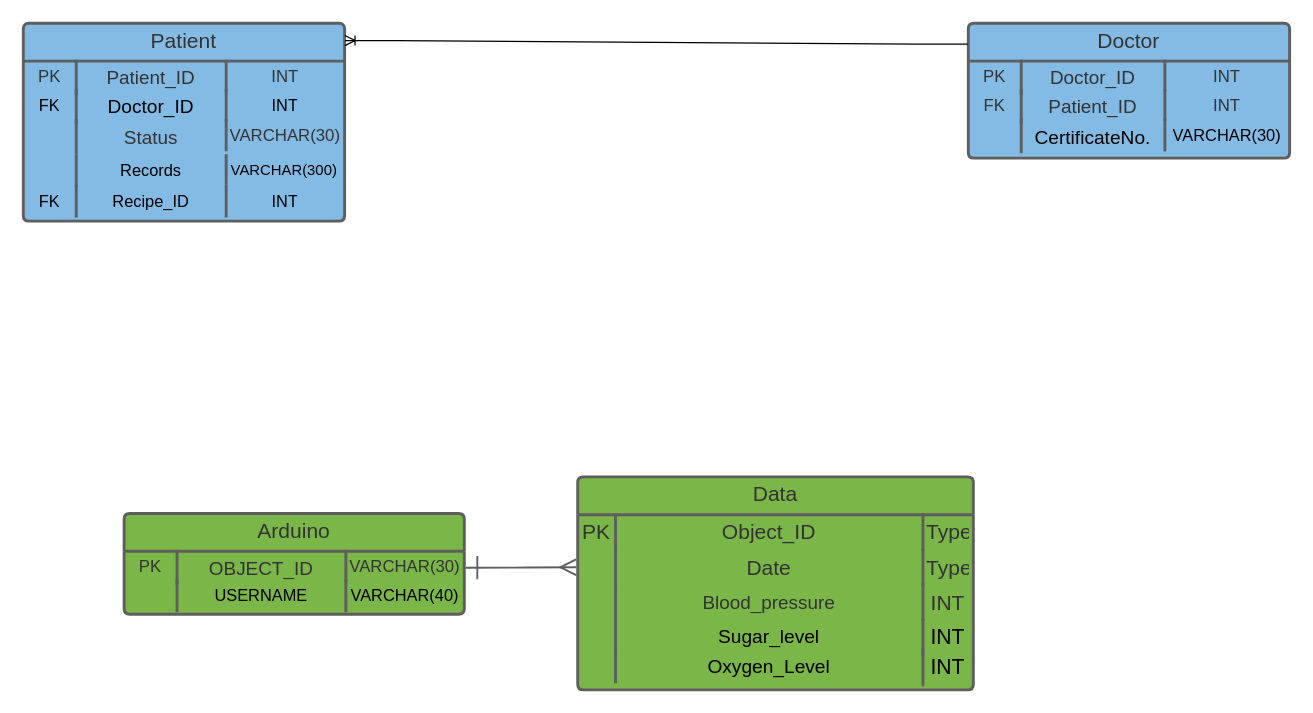
Above: Untitled Diagram.drawio in HostVital-IoT/BackEnd (draw.io), before the change. Source tidied: cells renumbered, new cells numbered last; positions are measured from the earlier drawing's top-left corner, leaving out a move shared by most shapes. Both pictures are drawn from the tidied source at 126%, with x=0, y=0 at pixel (23, 23).
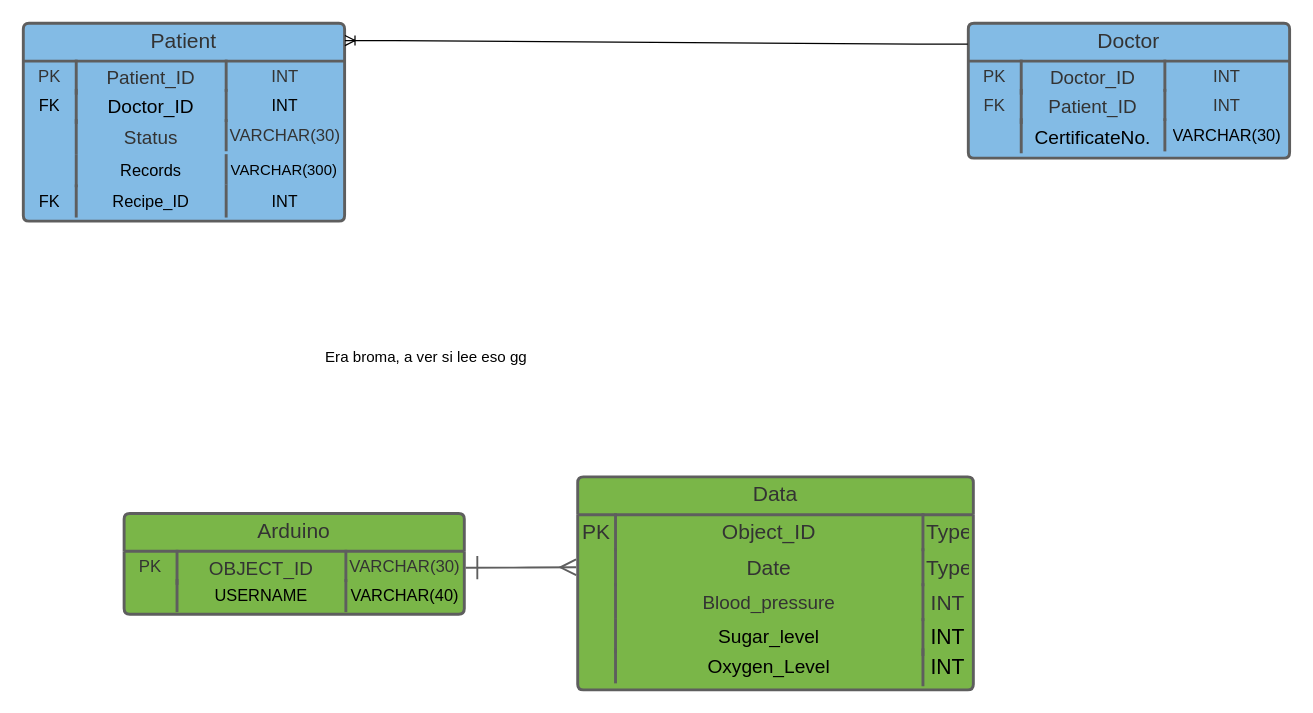
Above is the later version.

Change to the diagram source:
```diff
@@
+    <mxCell id="53" value="Era broma, a ver si lee eso gg&lt;br&gt;" style="text;html=1;strokeColor=none;fillColor=none;align=center;verticalAlign=middle;whiteSpace=wrap;rounded=0;" parent="1" vertex="1">
+      <mxGeometry x="50" y="170" width="540" height="190" as="geometry" />
+    </mxCell>
```
